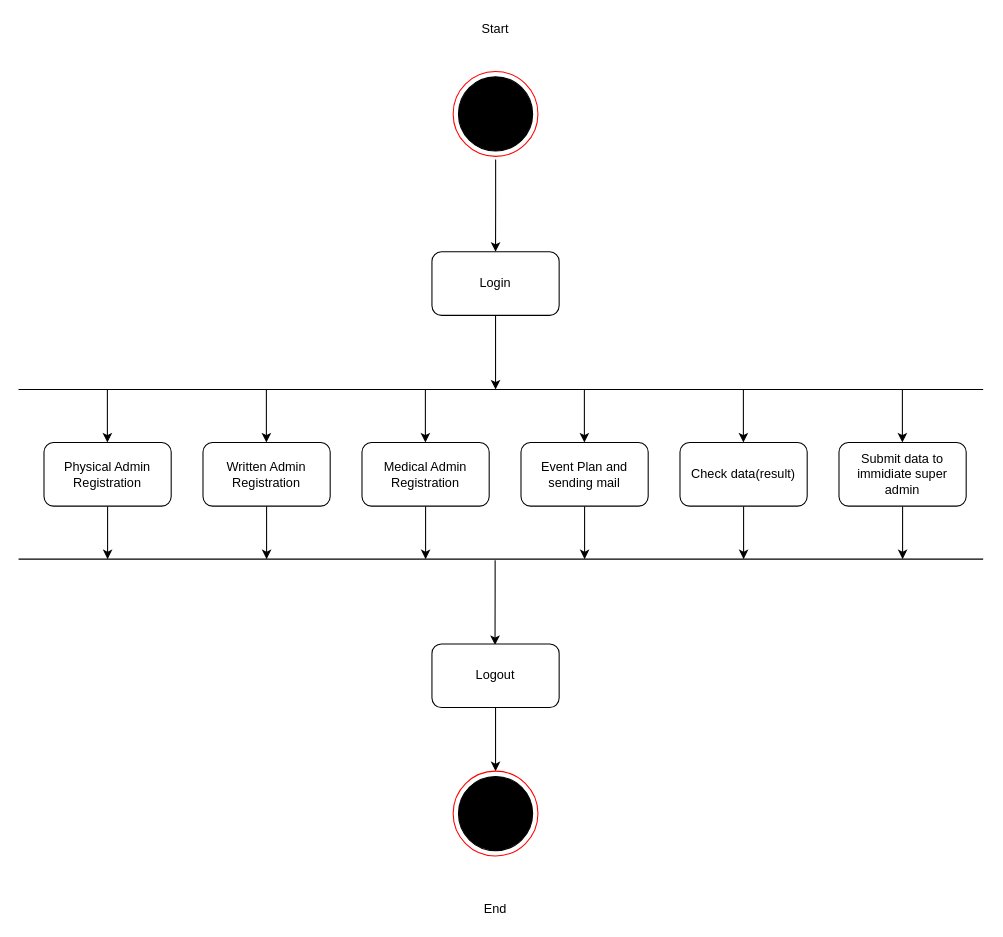
Before: Documentation/Diagrams/Raw/Activity/Activity_Gramin_Admin.drawio in phoenix-295/Police_Bharti, a draw.io diagram. Source tidied: cells renumbered, new cells numbered last; positions are measured from the earlier drawing's top-left corner, leaving out a move shared by most shapes. Both pictures are drawn from the tidied source at 106%, with x=0, y=0 at pixel (18, 18).
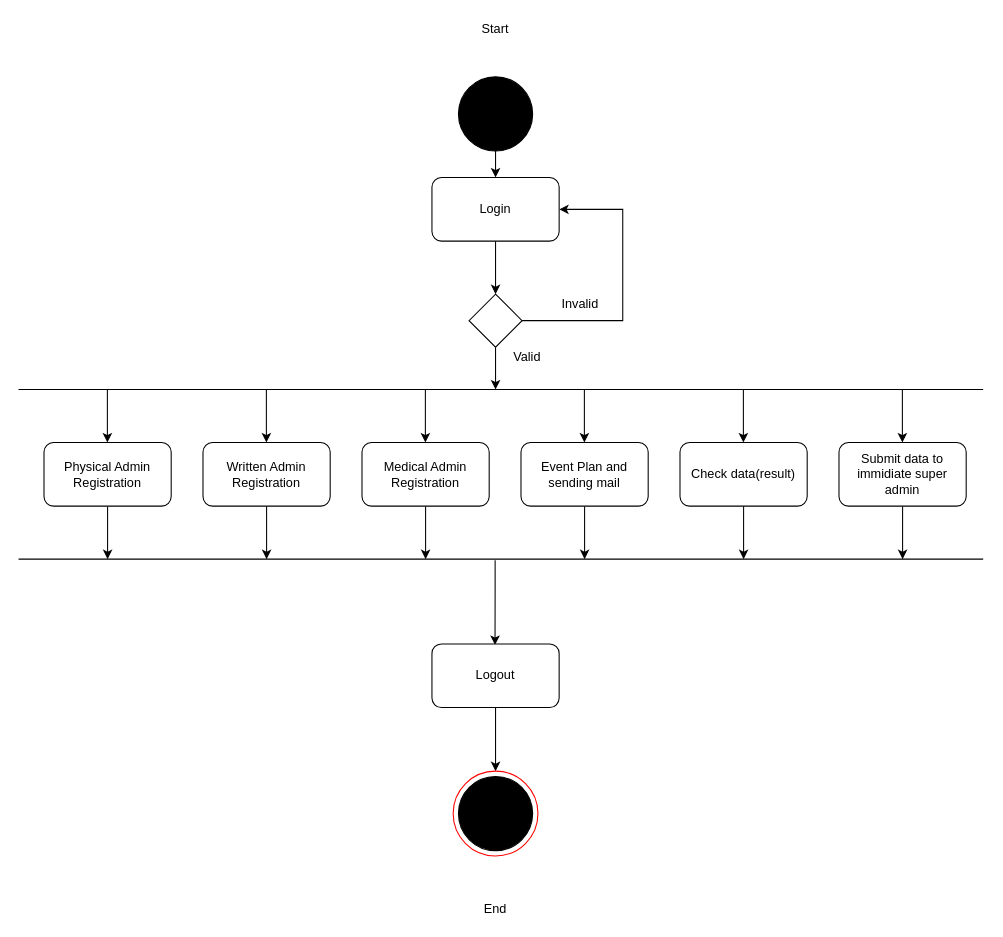
After the change.

Unchanged cells that the change refers to:
```xml
<mxCell id="2" style="group;" parent="1" vertex="1">
  <mxGeometry x="410" y="50" width="80" height="80" as="geometry" />
</mxCell>
<mxCell id="4" style="ellipse;whiteSpace=wrap;html=1;fillColor=#000000;" parent="2" vertex="1">
  <mxGeometry x="5" y="5" width="70" height="70" as="geometry" />
</mxCell>
```

Change to the diagram source:
```diff
@@
-    <mxCell id="3" style="ellipse;whiteSpace=wrap;html=1;strokeColor=#FF0000;" parent="2" vertex="1">
-      <mxGeometry width="80" height="80" as="geometry" />
-    </mxCell>
@@
-    <mxCell id="6" style="edgeStyle=orthogonalEdgeStyle;rounded=0;jettySize=auto;html=1;exitX=0.5;exitY=1;exitDx=0;exitDy=0;" parent="1" edge="1" source="7">
+    <mxCell id="6" style="edgeStyle=orthogonalEdgeStyle;rounded=0;jettySize=auto;html=1;exitX=0.5;exitY=1;exitDx=0;exitDy=0;" parent="1" edge="1" source="37">
       <mxGeometry relative="1" as="geometry">
         <mxPoint x="450" y="350" as="targetPoint" />
       </mxGeometry>
     </mxCell>
     <mxCell id="7" value="Login" style="rounded=1;whiteSpace=wrap;html=1;" parent="1" vertex="1">
-      <mxGeometry x="390" y="220" width="120" height="60" as="geometry" />
+      <mxGeometry x="390" y="150" width="120" height="60" as="geometry" />
     </mxCell>
@@
-    <mxCell id="22" style="edgeStyle=orthogonalEdgeStyle;rounded=0;jettySize=auto;html=1;entryX=0.5;entryY=0;entryDx=0;entryDy=0;exitX=0.501;exitY=1.037;exitDx=0;exitDy=0;exitPerimeter=0;" parent="1" edge="1" source="3" target="7">
-      <mxGeometry relative="1" as="geometry">
-        <Array as="points">
-          <mxPoint x="450" y="176" />
-          <mxPoint x="450" y="176" />
-        </Array>
-      </mxGeometry>
+    <mxCell id="22" style="edgeStyle=orthogonalEdgeStyle;rounded=0;jettySize=auto;html=1;entryX=0.5;entryY=0;entryDx=0;entryDy=0;exitX=0.5;exitY=1;exitDx=0;exitDy=0;" parent="1" edge="1" source="4" target="7">
+      <mxGeometry relative="1" as="geometry" />
     </mxCell>
@@
+    <mxCell id="36" style="edgeStyle=orthogonalEdgeStyle;rounded=0;jettySize=auto;html=1;exitX=1;exitY=0.5;exitDx=0;exitDy=0;entryX=1;entryY=0.5;entryDx=0;entryDy=0;" parent="1" edge="1" source="37" target="7">
+      <mxGeometry relative="1" as="geometry">
+        <Array as="points">
+          <mxPoint x="570" y="285" />
+          <mxPoint x="570" y="180" />
+        </Array>
+      </mxGeometry>
+    </mxCell>
+    <mxCell id="37" style="rhombus;whiteSpace=wrap;html=1;" parent="1" vertex="1">
+      <mxGeometry x="425" y="260" width="50" height="50" as="geometry" />
+    </mxCell>
+    <mxCell id="38" style="edgeStyle=orthogonalEdgeStyle;rounded=0;jettySize=auto;html=1;exitX=0.5;exitY=1;exitDx=0;exitDy=0;" parent="1" edge="1" source="7" target="37">
+      <mxGeometry relative="1" as="geometry" />
+    </mxCell>
+    <mxCell id="39" value="Invalid" style="text;html=1;strokeColor=none;fillColor=none;align=center;verticalAlign=middle;whiteSpace=wrap;rounded=0;" parent="1" vertex="1">
+      <mxGeometry x="510" y="260" width="40" height="20" as="geometry" />
+    </mxCell>
+    <mxCell id="40" value="Valid" style="text;html=1;strokeColor=none;fillColor=none;align=center;verticalAlign=middle;whiteSpace=wrap;rounded=0;" parent="1" vertex="1">
+      <mxGeometry x="460" y="310" width="40" height="20" as="geometry" />
+    </mxCell>
```
